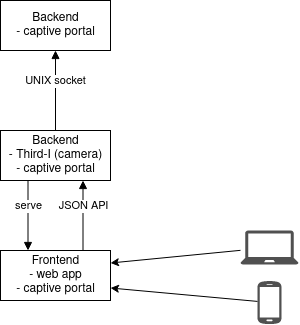
Earlier version of the draw.io export BigBoySystem-Third-I.png (BigBoySystems/third-i-install). Source tidied: cells renumbered, new cells last; positions are measured from the earlier drawing's top-left corner, leaving out a move shared by most shapes. Source of this version:
```xml
<mxGraphModel>
  <root>
    <mxCell id="0" />
    <mxCell id="1" parent="0" />
    <mxCell id="2" value="Frontend&lt;br&gt;- web app&lt;br&gt;- captive portal" style="html=1;" parent="1" vertex="1">
      <mxGeometry y="250" width="110" height="50" as="geometry" />
    </mxCell>
    <mxCell id="3" value="Backend&lt;br&gt;- captive portal" style="html=1;" parent="1" vertex="1">
      <mxGeometry width="110" height="50" as="geometry" />
    </mxCell>
    <mxCell id="4" value="&lt;div&gt;Backend&lt;/div&gt;&lt;div&gt;- Third-I (camera)&lt;/div&gt;&lt;div&gt;- captive portal&lt;br&gt;&lt;/div&gt;" style="html=1;" parent="1" vertex="1">
      <mxGeometry y="130" width="110" height="50" as="geometry" />
    </mxCell>
    <mxCell id="5" value="UNIX socket" style="html=1;verticalAlign=bottom;endArrow=block;entryX=0.5;entryY=1;entryDx=0;entryDy=0;exitX=0.5;exitY=0;exitDx=0;exitDy=0;" parent="1" edge="1" source="4" target="3">
      <mxGeometry relative="1" as="geometry" />
    </mxCell>
    <mxCell id="6" value="serve" style="html=1;verticalAlign=bottom;endArrow=block;exitX=0.25;exitY=1;exitDx=0;exitDy=0;entryX=0.25;entryY=0;entryDx=0;entryDy=0;" parent="1" edge="1" source="4" target="2">
      <mxGeometry relative="1" as="geometry" />
    </mxCell>
    <mxCell id="7" value="JSON API" style="html=1;verticalAlign=bottom;endArrow=block;entryX=0.75;entryY=1;entryDx=0;entryDy=0;exitX=0.75;exitY=0;exitDx=0;exitDy=0;" parent="1" edge="1" source="2" target="4">
      <mxGeometry relative="1" as="geometry" />
    </mxCell>
    <mxCell id="8" style="shadow=0;dashed=0;html=1;strokeColor=none;fillColor=#505050;labelPosition=center;verticalLabelPosition=bottom;verticalAlign=top;outlineConnect=0;align=center;shape=mxgraph.office.devices.cell_phone_android_standalone;" parent="1" vertex="1">
      <mxGeometry x="257" y="280" width="24" height="44" as="geometry" />
    </mxCell>
    <mxCell id="9" style="shadow=0;dashed=0;html=1;strokeColor=none;fillColor=#505050;labelPosition=center;verticalLabelPosition=bottom;verticalAlign=top;outlineConnect=0;align=center;shape=mxgraph.office.devices.laptop;" parent="1" vertex="1">
      <mxGeometry x="240" y="230" width="58" height="34" as="geometry" />
    </mxCell>
    <mxCell id="10" style="endArrow=classic;html=1;entryX=1;entryY=0.25;entryDx=0;entryDy=0;" parent="1" edge="1" source="9" target="2">
      <mxGeometry relative="1" as="geometry" />
    </mxCell>
    <mxCell id="11" style="endArrow=classic;html=1;entryX=1;entryY=0.75;entryDx=0;entryDy=0;" parent="1" edge="1" source="8" target="2">
      <mxGeometry relative="1" as="geometry" />
    </mxCell>
  </root>
</mxGraphModel>
```
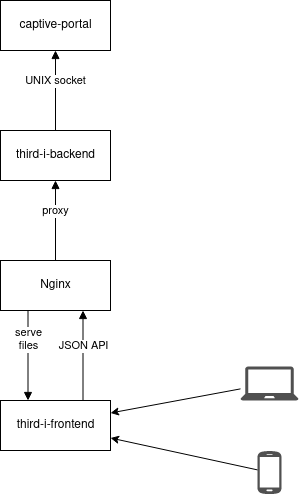
Later version of the same file.

Change to the diagram source:
```diff
@@ -2,29 +2,29 @@
   <root>
     <mxCell id="0" />
     <mxCell id="1" parent="0" />
-    <mxCell id="2" value="Frontend&lt;br&gt;- web app&lt;br&gt;- captive portal" style="html=1;" parent="1" vertex="1">
-      <mxGeometry y="250" width="110" height="50" as="geometry" />
+    <mxCell id="2" value="third-i-frontend" style="html=1;" parent="1" vertex="1">
+      <mxGeometry y="400" width="110" height="50" as="geometry" />
     </mxCell>
-    <mxCell id="3" value="Backend&lt;br&gt;- captive portal" style="html=1;" parent="1" vertex="1">
+    <mxCell id="3" value="captive-portal" style="html=1;" parent="1" vertex="1">
       <mxGeometry width="110" height="50" as="geometry" />
     </mxCell>
-    <mxCell id="4" value="&lt;div&gt;Backend&lt;/div&gt;&lt;div&gt;- Third-I (camera)&lt;/div&gt;&lt;div&gt;- captive portal&lt;br&gt;&lt;/div&gt;" style="html=1;" parent="1" vertex="1">
+    <mxCell id="4" value="&lt;div&gt;third-i-backend&lt;/div&gt;" style="html=1;" parent="1" vertex="1">
       <mxGeometry y="130" width="110" height="50" as="geometry" />
     </mxCell>
     <mxCell id="5" value="UNIX socket" style="html=1;verticalAlign=bottom;endArrow=block;entryX=0.5;entryY=1;entryDx=0;entryDy=0;exitX=0.5;exitY=0;exitDx=0;exitDy=0;" parent="1" edge="1" source="4" target="3">
       <mxGeometry relative="1" as="geometry" />
     </mxCell>
-    <mxCell id="6" value="serve" style="html=1;verticalAlign=bottom;endArrow=block;exitX=0.25;exitY=1;exitDx=0;exitDy=0;entryX=0.25;entryY=0;entryDx=0;entryDy=0;" parent="1" edge="1" source="4" target="2">
+    <mxCell id="6" value="&lt;div&gt;serve&lt;br&gt;files&lt;br&gt;&lt;/div&gt;" style="html=1;verticalAlign=bottom;endArrow=block;entryX=0.25;entryY=0;entryDx=0;entryDy=0;exitX=0.25;exitY=1;exitDx=0;exitDy=0;" parent="1" edge="1" source="12" target="2">
       <mxGeometry relative="1" as="geometry" />
     </mxCell>
-    <mxCell id="7" value="JSON API" style="html=1;verticalAlign=bottom;endArrow=block;entryX=0.75;entryY=1;entryDx=0;entryDy=0;exitX=0.75;exitY=0;exitDx=0;exitDy=0;" parent="1" edge="1" source="2" target="4">
+    <mxCell id="7" value="JSON API" style="html=1;verticalAlign=bottom;endArrow=block;exitX=0.75;exitY=0;exitDx=0;exitDy=0;entryX=0.75;entryY=1;entryDx=0;entryDy=0;" parent="1" edge="1" source="2" target="12">
       <mxGeometry relative="1" as="geometry" />
     </mxCell>
     <mxCell id="8" style="shadow=0;dashed=0;html=1;strokeColor=none;fillColor=#505050;labelPosition=center;verticalLabelPosition=bottom;verticalAlign=top;outlineConnect=0;align=center;shape=mxgraph.office.devices.cell_phone_android_standalone;" parent="1" vertex="1">
-      <mxGeometry x="257" y="280" width="24" height="44" as="geometry" />
+      <mxGeometry x="257" y="450" width="24" height="44" as="geometry" />
     </mxCell>
     <mxCell id="9" style="shadow=0;dashed=0;html=1;strokeColor=none;fillColor=#505050;labelPosition=center;verticalLabelPosition=bottom;verticalAlign=top;outlineConnect=0;align=center;shape=mxgraph.office.devices.laptop;" parent="1" vertex="1">
-      <mxGeometry x="240" y="230" width="58" height="34" as="geometry" />
+      <mxGeometry x="240" y="366" width="58" height="34" as="geometry" />
     </mxCell>
     <mxCell id="10" style="endArrow=classic;html=1;entryX=1;entryY=0.25;entryDx=0;entryDy=0;" parent="1" edge="1" source="9" target="2">
       <mxGeometry relative="1" as="geometry" />
@@ -32,5 +32,11 @@
     <mxCell id="11" style="endArrow=classic;html=1;entryX=1;entryY=0.75;entryDx=0;entryDy=0;" parent="1" edge="1" source="8" target="2">
       <mxGeometry relative="1" as="geometry" />
     </mxCell>
+    <mxCell id="12" value="Nginx" style="html=1;" parent="1" vertex="1">
+      <mxGeometry y="260" width="110" height="50" as="geometry" />
+    </mxCell>
+    <mxCell id="13" value="proxy" style="html=1;verticalAlign=bottom;endArrow=block;exitX=0.5;exitY=0;exitDx=0;exitDy=0;entryX=0.5;entryY=1;entryDx=0;entryDy=0;" parent="1" edge="1" source="12" target="4">
+      <mxGeometry relative="1" as="geometry" />
+    </mxCell>
   </root>
 </mxGraphModel>
```
